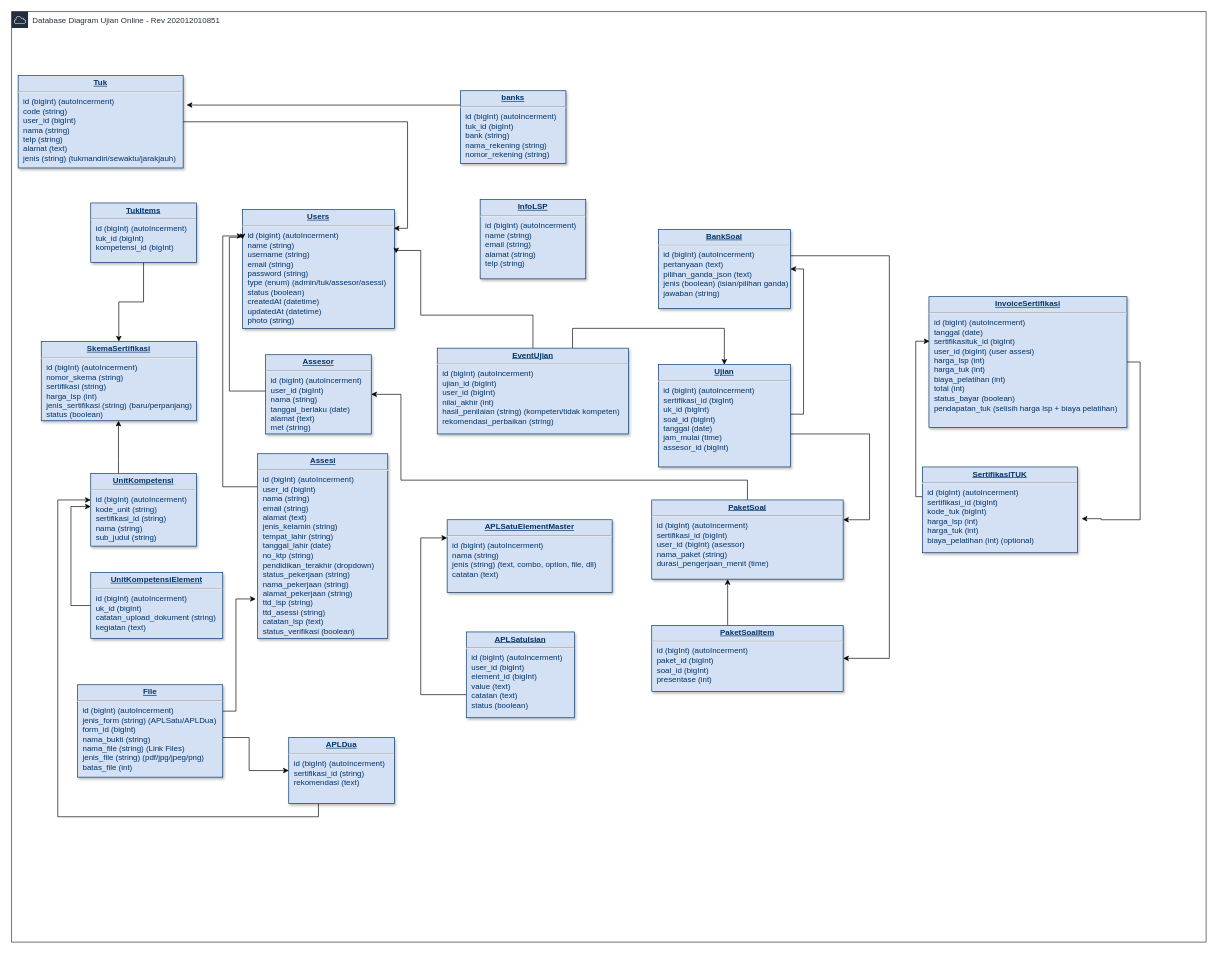
This is db.drawio from awankelana/vip-db, a draw.io file, before an edit. Source tidied: cells renumbered, new cells numbered last; positions are measured from the earlier drawing's top-left corner, leaving out a move shared by most shapes. Both pictures are drawn from the tidied source at 66%, with x=0, y=0 at pixel (11, 11).
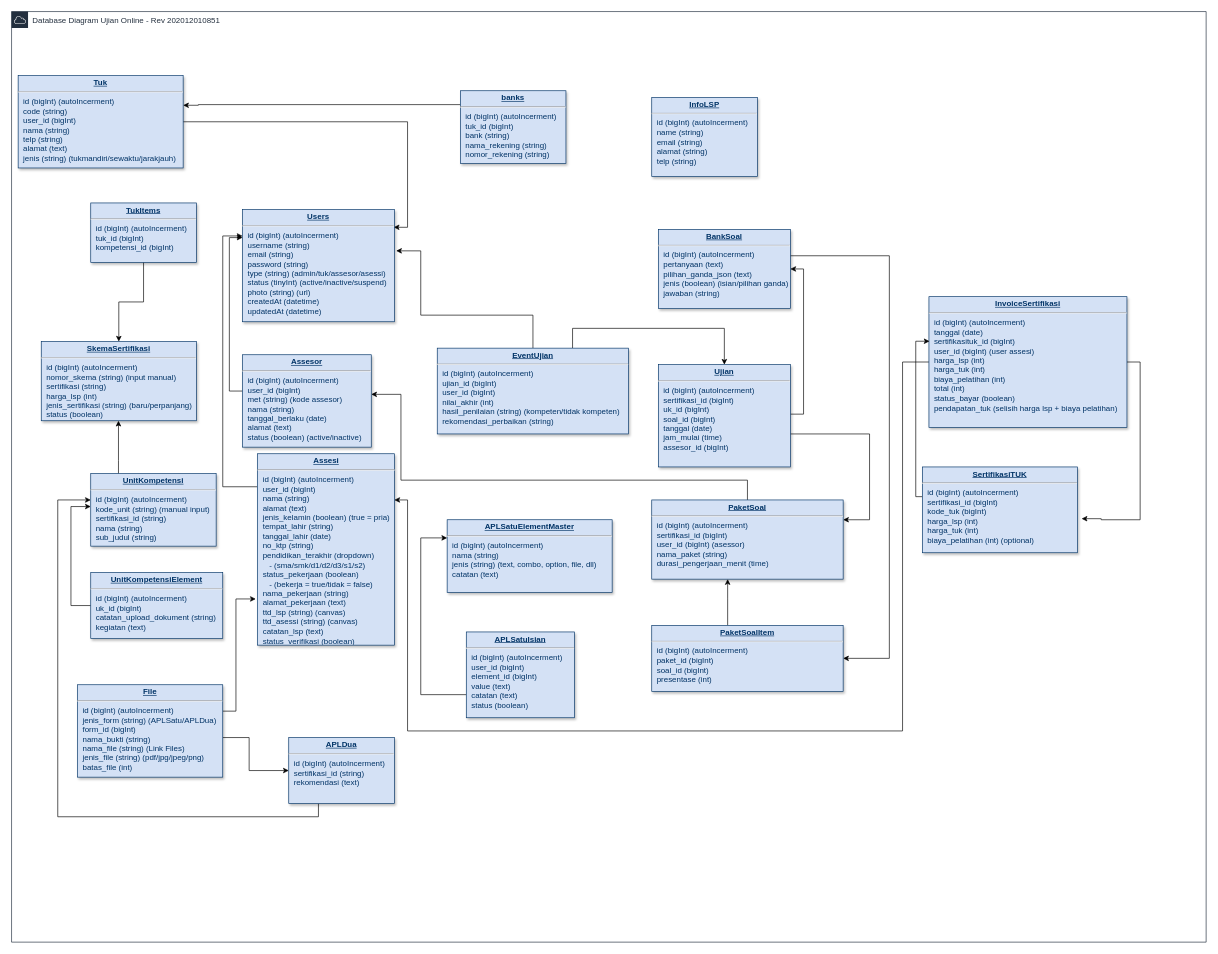
The same diagram, later.

Unchanged cells that the change refers to:
```xml
<mxCell id="4" value="&lt;p style=&quot;margin: 0px ; margin-top: 4px ; text-align: center ; text-decoration: underline&quot;&gt;&lt;b&gt;Tuk&lt;/b&gt;&lt;/p&gt;&lt;hr&gt;&lt;p style=&quot;margin: 0px ; margin-left: 8px&quot;&gt;id (bigInt) (autoIncerment)&lt;br&gt;&lt;/p&gt;&lt;p style=&quot;margin: 0px ; margin-left: 8px&quot;&gt;code (string)&lt;br&gt;user_id (bigInt)&lt;/p&gt;&lt;p style=&quot;margin: 0px ; margin-left: 8px&quot;&gt;nama (string)&lt;/p&gt;&lt;p style=&quot;margin: 0px ; margin-left: 8px&quot;&gt;telp (string)&lt;/p&gt;&lt;p style=&quot;margin: 0px ; margin-left: 8px&quot;&gt;alamat (text)&lt;/p&gt;&lt;p style=&quot;margin: 0px ; margin-left: 8px&quot;&gt;jenis (string) (tukmandiri/sewaktu/jarakjauh)&lt;/p&gt;" style="verticalAlign=top;align=left;overflow=fill;fontSize=12;fontFamily=Helvetica;html=1;strokeColor=#003366;shadow=1;fillColor=#D4E1F5;fontColor=#003366;" parent="1" vertex="1">
  <mxGeometry x="10" y="97" width="250" height="140" as="geometry" />
</mxCell>
<mxCell id="6" value="&lt;p style=&quot;margin: 0px ; margin-top: 4px ; text-align: center ; text-decoration: underline&quot;&gt;&lt;b&gt;InvoiceSertifikasi&lt;/b&gt;&lt;/p&gt;&lt;hr&gt;&lt;p style=&quot;margin: 0px ; margin-left: 8px&quot;&gt;id (bigInt) (autoI&lt;span&gt;ncerment)&lt;/span&gt;&lt;/p&gt;&lt;p style=&quot;margin: 0px ; margin-left: 8px&quot;&gt;tanggal (date)&lt;/p&gt;&lt;p style=&quot;margin: 0px ; margin-left: 8px&quot;&gt;sertifikasituk_id (bigInt)&lt;/p&gt;&lt;p style=&quot;margin: 0px ; margin-left: 8px&quot;&gt;user_id (bigInt) (user assesi)&lt;/p&gt;&lt;p style=&quot;margin: 0px ; margin-left: 8px&quot;&gt;harga_lsp (int)&lt;/p&gt;&lt;p style=&quot;margin: 0px ; margin-left: 8px&quot;&gt;harga_tuk (int)&lt;/p&gt;&lt;p style=&quot;margin: 0px ; margin-left: 8px&quot;&gt;biaya_pelatihan (int)&lt;/p&gt;&lt;p style=&quot;margin: 0px ; margin-left: 8px&quot;&gt;total (int)&lt;/p&gt;&lt;p style=&quot;margin: 0px ; margin-left: 8px&quot;&gt;status_bayar (boolean)&lt;/p&gt;&lt;p style=&quot;margin: 0px ; margin-left: 8px&quot;&gt;pendapatan_tuk&amp;nbsp;&lt;span&gt;(selisih harga lsp + biaya pelatihan)&lt;/span&gt;&lt;/p&gt;&lt;p style=&quot;margin: 0px ; margin-left: 8px&quot;&gt;&lt;br&gt;&lt;/p&gt;" style="verticalAlign=top;align=left;overflow=fill;fontSize=12;fontFamily=Helvetica;html=1;strokeColor=#003366;shadow=1;fillColor=#D4E1F5;fontColor=#003366;" parent="1" vertex="1">
  <mxGeometry x="1390" y="432" width="300" height="198" as="geometry" />
</mxCell>
<mxCell id="13" value="&lt;p style=&quot;margin: 0px ; margin-top: 4px ; text-align: center ; text-decoration: underline&quot;&gt;&lt;b&gt;banks&lt;/b&gt;&lt;/p&gt;&lt;hr&gt;&lt;p style=&quot;margin: 0px ; margin-left: 8px&quot;&gt;id (bigInt) (autoIncerment)&lt;/p&gt;&lt;p style=&quot;margin: 0px ; margin-left: 8px&quot;&gt;tuk_id (bigInt)&lt;br&gt;bank (string)&lt;/p&gt;&lt;p style=&quot;margin: 0px ; margin-left: 8px&quot;&gt;nama_rekening (string)&lt;/p&gt;&lt;p style=&quot;margin: 0px ; margin-left: 8px&quot;&gt;nomor_rekening (string)&lt;/p&gt;" style="verticalAlign=top;align=left;overflow=fill;fontSize=12;fontFamily=Helvetica;html=1;strokeColor=#003366;shadow=1;fillColor=#D4E1F5;fontColor=#003366;" parent="1" vertex="1">
  <mxGeometry x="680" y="120" width="160" height="110" as="geometry" />
</mxCell>
```

What changed in the source:
```diff
@@
+    <mxCell id="44" style="edgeStyle=orthogonalEdgeStyle;rounded=0;jettySize=auto;html=1;" parent="1" edge="1" source="6" target="18">
+      <mxGeometry relative="1" as="geometry">
+        <Array as="points">
+          <mxPoint x="1350" y="531" />
+          <mxPoint x="1350" y="1090" />
+          <mxPoint x="600" y="1090" />
+          <mxPoint x="600" y="740" />
+        </Array>
+      </mxGeometry>
+    </mxCell>
@@
-    <mxCell id="8" value="&lt;p style=&quot;margin: 0px ; margin-top: 4px ; text-align: center ; text-decoration: underline&quot;&gt;&lt;strong&gt;UnitKompetensi&lt;/strong&gt;&lt;/p&gt;&lt;hr&gt;&lt;p style=&quot;margin: 0px ; margin-left: 8px&quot;&gt;id (bigInt) (autoIncerment)&amp;nbsp;&lt;/p&gt;&lt;p style=&quot;margin: 0px ; margin-left: 8px&quot;&gt;&lt;span&gt;kode_unit (string)&lt;/span&gt;&lt;br&gt;&lt;/p&gt;&lt;p style=&quot;margin: 0px ; margin-left: 8px&quot;&gt;sertifikasi_id (string)&lt;/p&gt;&lt;p style=&quot;margin: 0px ; margin-left: 8px&quot;&gt;nama (string)&lt;/p&gt;&lt;p style=&quot;margin: 0px ; margin-left: 8px&quot;&gt;sub_judul (string)&lt;/p&gt;" style="verticalAlign=top;align=left;overflow=fill;fontSize=12;fontFamily=Helvetica;html=1;strokeColor=#003366;shadow=1;fillColor=#D4E1F5;fontColor=#003366;" parent="1" vertex="1">
-      <mxGeometry x="120" y="700" width="160" height="110" as="geometry" />
+    <mxCell id="8" value="&lt;p style=&quot;margin: 0px ; margin-top: 4px ; text-align: center ; text-decoration: underline&quot;&gt;&lt;strong&gt;UnitKompetensi&lt;/strong&gt;&lt;/p&gt;&lt;hr&gt;&lt;p style=&quot;margin: 0px ; margin-left: 8px&quot;&gt;id (bigInt) (autoIncerment)&amp;nbsp;&lt;/p&gt;&lt;p style=&quot;margin: 0px ; margin-left: 8px&quot;&gt;&lt;span&gt;kode_unit (string) (manual input)&lt;/span&gt;&lt;br&gt;&lt;/p&gt;&lt;p style=&quot;margin: 0px ; margin-left: 8px&quot;&gt;sertifikasi_id (string)&lt;/p&gt;&lt;p style=&quot;margin: 0px ; margin-left: 8px&quot;&gt;nama (string)&lt;/p&gt;&lt;p style=&quot;margin: 0px ; margin-left: 8px&quot;&gt;sub_judul (string)&lt;/p&gt;" style="verticalAlign=top;align=left;overflow=fill;fontSize=12;fontFamily=Helvetica;html=1;strokeColor=#003366;shadow=1;fillColor=#D4E1F5;fontColor=#003366;" parent="1" vertex="1">
+      <mxGeometry x="120" y="700" width="190" height="110" as="geometry" />
     </mxCell>
-    <mxCell id="9" value="&lt;p style=&quot;margin: 0px ; margin-top: 4px ; text-align: center ; text-decoration: underline&quot;&gt;&lt;strong&gt;Users&lt;/strong&gt;&lt;/p&gt;&lt;hr&gt;&lt;p style=&quot;margin: 0px ; margin-left: 8px&quot;&gt;id (bigInt) (autoIncerment)&lt;/p&gt;&lt;p style=&quot;margin: 0px ; margin-left: 8px&quot;&gt;name (string)&lt;/p&gt;&lt;p style=&quot;margin: 0px ; margin-left: 8px&quot;&gt;username (string)&lt;/p&gt;&lt;p style=&quot;margin: 0px ; margin-left: 8px&quot;&gt;email (string)&lt;/p&gt;&lt;p style=&quot;margin: 0px ; margin-left: 8px&quot;&gt;password (string)&lt;/p&gt;&lt;p style=&quot;margin: 0px ; margin-left: 8px&quot;&gt;type (enum) (admin/tuk/assesor/asessi)&lt;/p&gt;&lt;p style=&quot;margin: 0px ; margin-left: 8px&quot;&gt;status (boolean)&lt;/p&gt;&lt;p style=&quot;margin: 0px ; margin-left: 8px&quot;&gt;createdAt (datetime)&lt;/p&gt;&lt;p style=&quot;margin: 0px ; margin-left: 8px&quot;&gt;updatedAt (datetime)&lt;/p&gt;&lt;p style=&quot;margin: 0px ; margin-left: 8px&quot;&gt;photo (string)&lt;/p&gt;" style="verticalAlign=top;align=left;overflow=fill;fontSize=12;fontFamily=Helvetica;html=1;strokeColor=#003366;shadow=1;fillColor=#D4E1F5;fontColor=#003366;" parent="1" vertex="1">
-      <mxGeometry x="350" y="300" width="230" height="180" as="geometry" />
+    <mxCell id="9" value="&lt;p style=&quot;margin: 0px ; margin-top: 4px ; text-align: center ; text-decoration: underline&quot;&gt;&lt;strong&gt;Users&lt;/strong&gt;&lt;/p&gt;&lt;hr&gt;&lt;p style=&quot;margin: 0px ; margin-left: 8px&quot;&gt;id (bigInt) (autoIncerment)&lt;/p&gt;&lt;p style=&quot;margin: 0px ; margin-left: 8px&quot;&gt;&lt;span&gt;username (string)&lt;/span&gt;&lt;br&gt;&lt;/p&gt;&lt;p style=&quot;margin: 0px ; margin-left: 8px&quot;&gt;email (string)&lt;/p&gt;&lt;p style=&quot;margin: 0px ; margin-left: 8px&quot;&gt;password (string)&lt;/p&gt;&lt;p style=&quot;margin: 0px ; margin-left: 8px&quot;&gt;type (string) (admin/tuk/assesor/asessi)&lt;/p&gt;&lt;p style=&quot;margin: 0px ; margin-left: 8px&quot;&gt;status (tinyInt) (active/inactive/suspend)&lt;/p&gt;&lt;p style=&quot;margin: 0px ; margin-left: 8px&quot;&gt;photo (string) (url)&lt;br&gt;&lt;/p&gt;&lt;p style=&quot;margin: 0px ; margin-left: 8px&quot;&gt;createdAt (datetime)&lt;/p&gt;&lt;p style=&quot;margin: 0px ; margin-left: 8px&quot;&gt;updatedAt (datetime)&lt;/p&gt;" style="verticalAlign=top;align=left;overflow=fill;fontSize=12;fontFamily=Helvetica;html=1;strokeColor=#003366;shadow=1;fillColor=#D4E1F5;fontColor=#003366;" parent="1" vertex="1">
+      <mxGeometry x="350" y="300" width="230" height="170" as="geometry" />
     </mxCell>
@@
-    <mxCell id="12" style="edgeStyle=orthogonalEdgeStyle;rounded=0;jettySize=auto;html=1;entryX=1.021;entryY=0.319;entryDx=0;entryDy=0;entryPerimeter=0;" parent="1" edge="1" source="13" target="4">
+    <mxCell id="12" style="edgeStyle=orthogonalEdgeStyle;rounded=0;jettySize=auto;html=1;" parent="1" edge="1" source="13">
       <mxGeometry relative="1" as="geometry">
+        <mxPoint x="260" y="142" as="targetPoint" />
         <Array as="points">
           <mxPoint x="283" y="141" />
         </Array>
       </mxGeometry>
     </mxCell>
@@
     <mxCell id="14" value="&lt;p style=&quot;margin: 0px ; margin-top: 4px ; text-align: center ; text-decoration: underline&quot;&gt;&lt;b&gt;InfoLSP&lt;/b&gt;&lt;/p&gt;&lt;hr&gt;&lt;p style=&quot;margin: 0px ; margin-left: 8px&quot;&gt;id (bigInt) (autoI&lt;span&gt;ncerment)&lt;/span&gt;&lt;/p&gt;&lt;p style=&quot;margin: 0px ; margin-left: 8px&quot;&gt;name (string)&lt;/p&gt;&lt;p style=&quot;margin: 0px ; margin-left: 8px&quot;&gt;email (string)&lt;/p&gt;&lt;p style=&quot;margin: 0px ; margin-left: 8px&quot;&gt;alamat (string)&lt;/p&gt;&lt;p style=&quot;margin: 0px ; margin-left: 8px&quot;&gt;telp (string)&lt;/p&gt;" style="verticalAlign=top;align=left;overflow=fill;fontSize=12;fontFamily=Helvetica;html=1;strokeColor=#003366;shadow=1;fillColor=#D4E1F5;fontColor=#003366;" parent="1" vertex="1">
-      <mxGeometry x="710" y="285" width="160" height="120" as="geometry" />
+      <mxGeometry x="970" y="130" width="160" height="120" as="geometry" />
     </mxCell>
@@
-    <mxCell id="16" value="&lt;p style=&quot;margin: 0px ; margin-top: 4px ; text-align: center ; text-decoration: underline&quot;&gt;&lt;strong&gt;Assesor&lt;/strong&gt;&lt;/p&gt;&lt;hr&gt;&lt;p style=&quot;margin: 0px ; margin-left: 8px&quot;&gt;id (bigInt) (autoIncerment)&lt;/p&gt;&lt;p style=&quot;margin: 0px ; margin-left: 8px&quot;&gt;user_id (bigInt)&lt;/p&gt;&lt;p style=&quot;margin: 0px ; margin-left: 8px&quot;&gt;nama (string)&lt;/p&gt;&lt;p style=&quot;margin: 0px ; margin-left: 8px&quot;&gt;tanggal_berlaku (date)&lt;/p&gt;&lt;p style=&quot;margin: 0px ; margin-left: 8px&quot;&gt;alamat (text)&lt;/p&gt;&lt;p style=&quot;margin: 0px ; margin-left: 8px&quot;&gt;met (string)&lt;br&gt;&lt;/p&gt;" style="verticalAlign=top;align=left;overflow=fill;fontSize=12;fontFamily=Helvetica;html=1;strokeColor=#003366;shadow=1;fillColor=#D4E1F5;fontColor=#003366;" parent="1" vertex="1">
-      <mxGeometry x="385" y="520" width="160" height="120" as="geometry" />
+    <mxCell id="16" value="&lt;p style=&quot;margin: 0px ; margin-top: 4px ; text-align: center ; text-decoration: underline&quot;&gt;&lt;strong&gt;Assesor&lt;/strong&gt;&lt;/p&gt;&lt;hr&gt;&lt;p style=&quot;margin: 0px ; margin-left: 8px&quot;&gt;id (bigInt) (autoIncerment)&lt;/p&gt;&lt;p style=&quot;margin: 0px ; margin-left: 8px&quot;&gt;user_id (bigInt)&lt;/p&gt;&lt;p style=&quot;margin: 0px ; margin-left: 8px&quot;&gt;met (string) (kode assesor)&lt;br&gt;&lt;/p&gt;&lt;p style=&quot;margin: 0px ; margin-left: 8px&quot;&gt;nama (string)&lt;/p&gt;&lt;p style=&quot;margin: 0px ; margin-left: 8px&quot;&gt;tanggal_berlaku (date)&lt;/p&gt;&lt;p style=&quot;margin: 0px ; margin-left: 8px&quot;&gt;alamat (text)&lt;/p&gt;&lt;p style=&quot;margin: 0px ; margin-left: 8px&quot;&gt;status (boolean) (active/inactive)&lt;/p&gt;&lt;p style=&quot;margin: 0px ; margin-left: 8px&quot;&gt;&lt;br&gt;&lt;/p&gt;" style="verticalAlign=top;align=left;overflow=fill;fontSize=12;fontFamily=Helvetica;html=1;strokeColor=#003366;shadow=1;fillColor=#D4E1F5;fontColor=#003366;" parent="1" vertex="1">
+      <mxGeometry x="350" y="520" width="195" height="140" as="geometry" />
     </mxCell>
@@
-    <mxCell id="18" value="&lt;p style=&quot;margin: 0px ; margin-top: 4px ; text-align: center ; text-decoration: underline&quot;&gt;&lt;strong&gt;Assesi&lt;/strong&gt;&lt;/p&gt;&lt;hr&gt;&lt;p style=&quot;margin: 0px ; margin-left: 8px&quot;&gt;id (bigInt) (autoIncerment)&lt;/p&gt;&lt;p style=&quot;margin: 0px ; margin-left: 8px&quot;&gt;user_id (bigInt)&lt;/p&gt;&lt;p style=&quot;margin: 0px ; margin-left: 8px&quot;&gt;nama (string)&lt;/p&gt;&lt;p style=&quot;margin: 0px ; margin-left: 8px&quot;&gt;email (string)&lt;/p&gt;&lt;p style=&quot;margin: 0px ; margin-left: 8px&quot;&gt;alamat (text)&lt;/p&gt;&lt;p style=&quot;margin: 0px ; margin-left: 8px&quot;&gt;jenis_kelamin (string)&lt;br&gt;tempat_lahir (string)&lt;/p&gt;&lt;p style=&quot;margin: 0px ; margin-left: 8px&quot;&gt;tanggal_lahir (date)&lt;/p&gt;&lt;p style=&quot;margin: 0px ; margin-left: 8px&quot;&gt;no_ktp (string)&lt;/p&gt;&lt;p style=&quot;margin: 0px ; margin-left: 8px&quot;&gt;pendidikan_terakhir (dropdown)&lt;/p&gt;&lt;p style=&quot;margin: 0px ; margin-left: 8px&quot;&gt;status_pekerjaan (string)&lt;/p&gt;&lt;p style=&quot;margin: 0px ; margin-left: 8px&quot;&gt;nama_pekerjaan (string)&lt;/p&gt;&lt;p style=&quot;margin: 0px ; margin-left: 8px&quot;&gt;alamat_pekerjaan (string)&lt;/p&gt;&lt;p style=&quot;margin: 0px ; margin-left: 8px&quot;&gt;ttd_lsp (string)&lt;/p&gt;&lt;p style=&quot;margin: 0px ; margin-left: 8px&quot;&gt;ttd_asessi (string)&lt;/p&gt;&lt;p style=&quot;margin: 0px ; margin-left: 8px&quot;&gt;catatan_lsp (text)&lt;/p&gt;&lt;p style=&quot;margin: 0px ; margin-left: 8px&quot;&gt;status_verifikasi (boolean)&lt;/p&gt;" style="verticalAlign=top;align=left;overflow=fill;fontSize=12;fontFamily=Helvetica;html=1;strokeColor=#003366;shadow=1;fillColor=#D4E1F5;fontColor=#003366;" parent="1" vertex="1">
-      <mxGeometry x="372.5" y="670" width="197.5" height="280" as="geometry" />
+    <mxCell id="18" value="&lt;p style=&quot;margin: 0px ; margin-top: 4px ; text-align: center ; text-decoration: underline&quot;&gt;&lt;strong&gt;Assesi&lt;/strong&gt;&lt;/p&gt;&lt;hr&gt;&lt;p style=&quot;margin: 0px ; margin-left: 8px&quot;&gt;id (bigInt) (autoIncerment)&lt;/p&gt;&lt;p style=&quot;margin: 0px ; margin-left: 8px&quot;&gt;user_id (bigInt)&lt;/p&gt;&lt;p style=&quot;margin: 0px ; margin-left: 8px&quot;&gt;nama (string)&lt;/p&gt;&lt;p style=&quot;margin: 0px ; margin-left: 8px&quot;&gt;alamat (text)&lt;/p&gt;&lt;p style=&quot;margin: 0px ; margin-left: 8px&quot;&gt;jenis_kelamin (boolean) (true = pria)&lt;br&gt;tempat_lahir (string)&lt;/p&gt;&lt;p style=&quot;margin: 0px ; margin-left: 8px&quot;&gt;tanggal_lahir (date)&lt;/p&gt;&lt;p style=&quot;margin: 0px ; margin-left: 8px&quot;&gt;no_ktp (string)&lt;/p&gt;&lt;p style=&quot;margin: 0px ; margin-left: 8px&quot;&gt;pendidikan_terakhir (dropdown)&lt;/p&gt;&lt;p style=&quot;margin: 0px ; margin-left: 8px&quot;&gt;&amp;nbsp; &amp;nbsp;- (sma/smk/d1/d2/d3/s1/s2)&lt;/p&gt;&lt;p style=&quot;margin: 0px ; margin-left: 8px&quot;&gt;status_pekerjaan (boolean)&lt;/p&gt;&lt;p style=&quot;margin: 0px ; margin-left: 8px&quot;&gt;&amp;nbsp; &amp;nbsp;- (bekerja = true/tidak = false)&lt;/p&gt;&lt;p style=&quot;margin: 0px ; margin-left: 8px&quot;&gt;nama_pekerjaan (string)&lt;/p&gt;&lt;p style=&quot;margin: 0px ; margin-left: 8px&quot;&gt;alamat_pekerjaan (text)&lt;/p&gt;&lt;p style=&quot;margin: 0px ; margin-left: 8px&quot;&gt;ttd_lsp (string) (canvas)&lt;/p&gt;&lt;p style=&quot;margin: 0px ; margin-left: 8px&quot;&gt;ttd_asessi (string) (canvas)&lt;/p&gt;&lt;p style=&quot;margin: 0px ; margin-left: 8px&quot;&gt;catatan_lsp (text)&lt;/p&gt;&lt;p style=&quot;margin: 0px ; margin-left: 8px&quot;&gt;status_verifikasi (boolean)&lt;/p&gt;" style="verticalAlign=top;align=left;overflow=fill;fontSize=12;fontFamily=Helvetica;html=1;strokeColor=#003366;shadow=1;fillColor=#D4E1F5;fontColor=#003366;" parent="1" vertex="1">
+      <mxGeometry x="372.5" y="670" width="207.5" height="290" as="geometry" />
     </mxCell>
@@
-    <mxCell id="29" value="&lt;p style=&quot;margin: 0px ; margin-top: 4px ; text-align: center ; text-decoration: underline&quot;&gt;&lt;strong&gt;SkemaSertifikasi&lt;/strong&gt;&lt;/p&gt;&lt;hr&gt;&lt;p style=&quot;margin: 0px ; margin-left: 8px&quot;&gt;id (bigInt) (autoIncerment)&lt;/p&gt;&lt;p style=&quot;margin: 0px ; margin-left: 8px&quot;&gt;nomor_skema (string)&lt;/p&gt;&lt;p style=&quot;margin: 0px ; margin-left: 8px&quot;&gt;sertifikasi (string)&lt;/p&gt;&lt;p style=&quot;margin: 0px ; margin-left: 8px&quot;&gt;harga_lsp (int)&lt;/p&gt;&lt;p style=&quot;margin: 0px ; margin-left: 8px&quot;&gt;jenis_sertifikasi (string) (baru/perpanjang)&lt;/p&gt;&lt;p style=&quot;margin: 0px ; margin-left: 8px&quot;&gt;status (boolean)&lt;/p&gt;" style="verticalAlign=top;align=left;overflow=fill;fontSize=12;fontFamily=Helvetica;html=1;strokeColor=#003366;shadow=1;fillColor=#D4E1F5;fontColor=#003366;" parent="1" vertex="1">
+    <mxCell id="29" value="&lt;p style=&quot;margin: 0px ; margin-top: 4px ; text-align: center ; text-decoration: underline&quot;&gt;&lt;strong&gt;SkemaSertifikasi&lt;/strong&gt;&lt;/p&gt;&lt;hr&gt;&lt;p style=&quot;margin: 0px ; margin-left: 8px&quot;&gt;id (bigInt) (autoIncerment)&lt;/p&gt;&lt;p style=&quot;margin: 0px ; margin-left: 8px&quot;&gt;nomor_skema (string) (input manual)&lt;/p&gt;&lt;p style=&quot;margin: 0px ; margin-left: 8px&quot;&gt;sertifikasi (string)&lt;/p&gt;&lt;p style=&quot;margin: 0px ; margin-left: 8px&quot;&gt;harga_lsp (int)&lt;/p&gt;&lt;p style=&quot;margin: 0px ; margin-left: 8px&quot;&gt;jenis_sertifikasi (string) (baru/perpanjang)&lt;/p&gt;&lt;p style=&quot;margin: 0px ; margin-left: 8px&quot;&gt;status (boolean)&lt;/p&gt;" style="verticalAlign=top;align=left;overflow=fill;fontSize=12;fontFamily=Helvetica;html=1;strokeColor=#003366;shadow=1;fillColor=#D4E1F5;fontColor=#003366;" parent="1" vertex="1">
       <mxGeometry x="45" y="500" width="235" height="120" as="geometry" />
     </mxCell>
```
